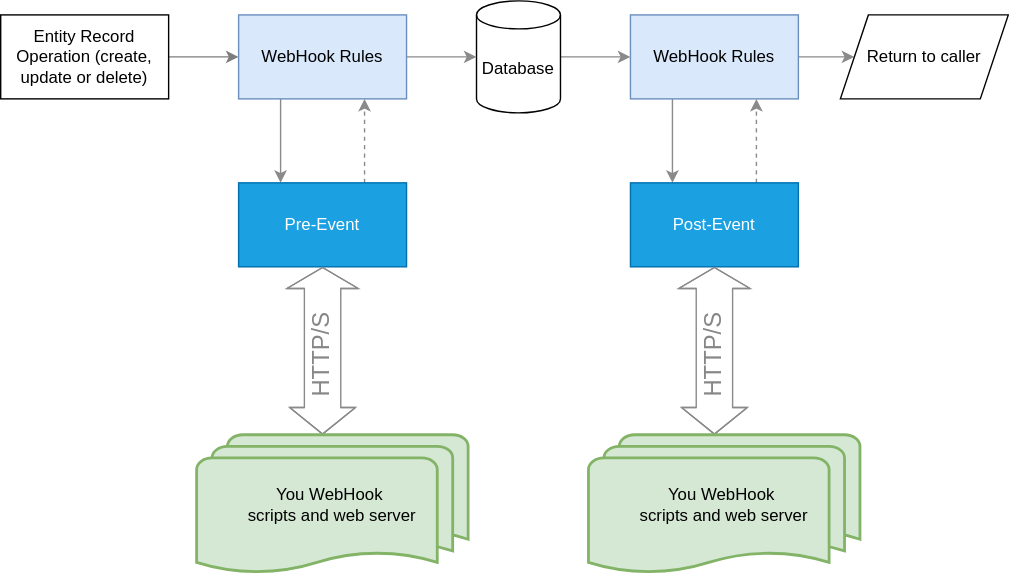
Before: esp-fundamentals/core-capabilities/images/webhook.svg, a diagram exported from draw.io (Hornbill-Docs/esp-fundamentals). Source tidied: cells renumbered, new cells last; positions are measured from the earlier drawing's top-left corner, leaving out a move shared by most shapes.
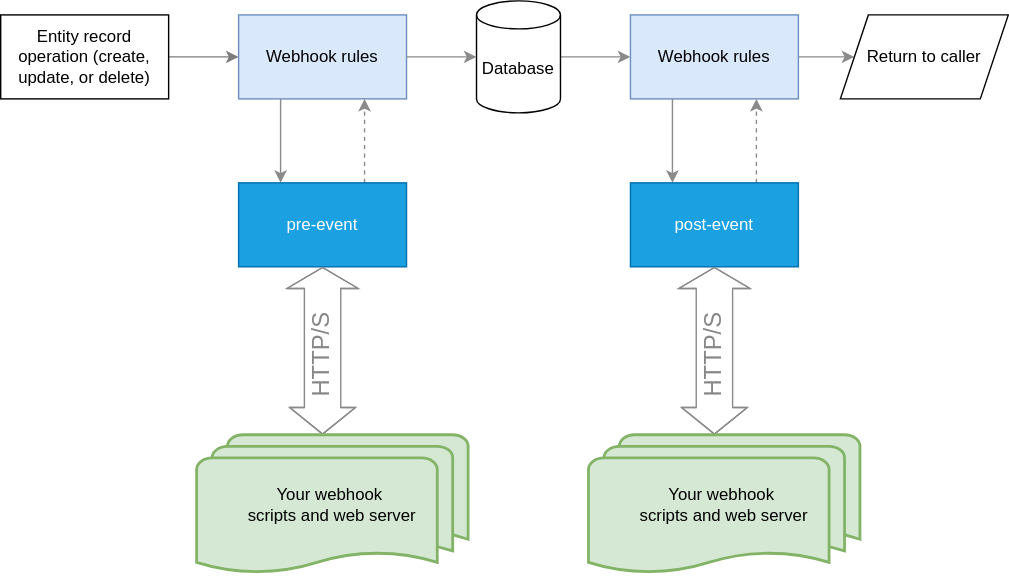
The same file after the commit.

Change to the diagram source:
```diff
@@ -5,7 +5,7 @@
     <mxCell id="2" style="edgeStyle=orthogonalEdgeStyle;rounded=0;jettySize=auto;html=1;exitX=1;exitY=0.5;exitDx=0;exitDy=0;entryX=0;entryY=0.5;entryDx=0;entryDy=0;strokeColor=#7d7d7d;" parent="1" edge="1" source="3" target="7">
       <mxGeometry relative="1" as="geometry" />
     </mxCell>
-    <mxCell id="3" value="Entity Record Operation (create, update or delete)" style="rounded=0;whiteSpace=wrap;html=1;" parent="1" vertex="1">
+    <mxCell id="3" value="Entity record operation (create, update, or delete)" style="rounded=0;whiteSpace=wrap;html=1;" parent="1" vertex="1">
       <mxGeometry y="10" width="120" height="60" as="geometry" />
     </mxCell>
     <mxCell id="4" style="edgeStyle=orthogonalEdgeStyle;rounded=0;jettySize=auto;html=1;exitX=1;exitY=0.5;exitDx=0;exitDy=0;exitPerimeter=0;entryX=0;entryY=0.5;entryDx=0;entryDy=0;strokeColor=#8A8A8A;" parent="1" edge="1" source="5" target="12">
@@ -17,13 +17,13 @@
     <mxCell id="6" style="edgeStyle=orthogonalEdgeStyle;rounded=0;jettySize=auto;html=1;exitX=0.25;exitY=1;exitDx=0;exitDy=0;entryX=0.25;entryY=0;entryDx=0;entryDy=0;strokeColor=#8A8A8A;" parent="1" edge="1" source="7" target="9">
       <mxGeometry relative="1" as="geometry" />
     </mxCell>
-    <mxCell id="7" value="WebHook Rules" style="rounded=0;whiteSpace=wrap;html=1;fillColor=#dae8fc;strokeColor=#6c8ebf;" parent="1" vertex="1">
+    <mxCell id="7" value="Webhook rules" style="rounded=0;whiteSpace=wrap;html=1;fillColor=#dae8fc;strokeColor=#6c8ebf;" parent="1" vertex="1">
       <mxGeometry x="170" y="10" width="120" height="60" as="geometry" />
     </mxCell>
     <mxCell id="8" style="edgeStyle=orthogonalEdgeStyle;rounded=0;jettySize=auto;html=1;exitX=0.75;exitY=0;exitDx=0;exitDy=0;entryX=0.75;entryY=1;entryDx=0;entryDy=0;dashed=1;strokeColor=#8A8A8A;" parent="1" edge="1" source="9" target="7">
       <mxGeometry relative="1" as="geometry" />
     </mxCell>
-    <mxCell id="9" value="Pre-Event" style="rounded=0;whiteSpace=wrap;html=1;fillColor=#1ba1e2;fontColor=#ffffff;strokeColor=#006EAF;" parent="1" vertex="1">
+    <mxCell id="9" value="pre-event" style="rounded=0;whiteSpace=wrap;html=1;fillColor=#1ba1e2;fontColor=#ffffff;strokeColor=#006EAF;" parent="1" vertex="1">
       <mxGeometry x="170" y="130" width="120" height="60" as="geometry" />
     </mxCell>
     <mxCell id="10" style="edgeStyle=orthogonalEdgeStyle;rounded=0;jettySize=auto;html=1;exitX=0.25;exitY=1;exitDx=0;exitDy=0;entryX=0.25;entryY=0;entryDx=0;entryDy=0;strokeColor=#8A8A8A;" parent="1" edge="1" source="12" target="14">
@@ -32,13 +32,13 @@
     <mxCell id="11" style="edgeStyle=orthogonalEdgeStyle;rounded=0;jettySize=auto;html=1;exitX=1;exitY=0.5;exitDx=0;exitDy=0;strokeColor=#8A8A8A;" parent="1" edge="1" source="12" target="16">
       <mxGeometry relative="1" as="geometry" />
     </mxCell>
-    <mxCell id="12" value="WebHook Rules" style="rounded=0;whiteSpace=wrap;html=1;fillColor=#dae8fc;strokeColor=#6c8ebf;" parent="1" vertex="1">
+    <mxCell id="12" value="Webhook rules" style="rounded=0;whiteSpace=wrap;html=1;fillColor=#dae8fc;strokeColor=#6c8ebf;" parent="1" vertex="1">
       <mxGeometry x="450" y="10" width="120" height="60" as="geometry" />
     </mxCell>
     <mxCell id="13" style="edgeStyle=orthogonalEdgeStyle;rounded=0;jettySize=auto;html=1;exitX=0.75;exitY=0;exitDx=0;exitDy=0;entryX=0.75;entryY=1;entryDx=0;entryDy=0;dashed=1;strokeColor=#8A8A8A;" parent="1" edge="1" source="14" target="12">
       <mxGeometry relative="1" as="geometry" />
     </mxCell>
-    <mxCell id="14" value="Post-Event" style="rounded=0;whiteSpace=wrap;html=1;fillColor=#1ba1e2;fontColor=#ffffff;strokeColor=#006EAF;" parent="1" vertex="1">
+    <mxCell id="14" value="post-event" style="rounded=0;whiteSpace=wrap;html=1;fillColor=#1ba1e2;fontColor=#ffffff;strokeColor=#006EAF;" parent="1" vertex="1">
       <mxGeometry x="450" y="130" width="120" height="60" as="geometry" />
     </mxCell>
     <mxCell id="15" style="edgeStyle=orthogonalEdgeStyle;rounded=0;jettySize=auto;html=1;exitX=1;exitY=0.5;exitDx=0;exitDy=0;entryX=0;entryY=0.5;entryDx=0;entryDy=0;entryPerimeter=0;strokeColor=#8A8A8A;" parent="1" edge="1" source="7" target="5">
@@ -55,7 +55,7 @@
         </Array>
       </mxGeometry>
     </mxCell>
-    <mxCell id="18" value="&lt;div&gt;You WebHook&amp;nbsp;&lt;/div&gt;&lt;div&gt;scripts and web server&lt;/div&gt;" style="strokeWidth=2;html=1;shape=mxgraph.flowchart.multi-document;whiteSpace=wrap;fillColor=#d5e8d4;strokeColor=#82b366;" parent="1" vertex="1">
+    <mxCell id="18" value="&lt;div&gt;Your webhook&amp;nbsp;&lt;/div&gt;&lt;div&gt;scripts and web server&lt;/div&gt;" style="strokeWidth=2;html=1;shape=mxgraph.flowchart.multi-document;whiteSpace=wrap;fillColor=#d5e8d4;strokeColor=#82b366;" parent="1" vertex="1">
       <mxGeometry x="140" y="310" width="194" height="100" as="geometry" />
     </mxCell>
     <mxCell id="19" value="HTTP/S" style="text;strokeColor=none;align=center;fillColor=none;html=1;verticalAlign=middle;whiteSpace=wrap;rounded=0;rotation=-90;fontSize=17;fontColor=#878787;" parent="1" vertex="1">
@@ -70,7 +70,7 @@
         </Array>
       </mxGeometry>
     </mxCell>
-    <mxCell id="21" value="&lt;div&gt;You WebHook&amp;nbsp;&lt;/div&gt;&lt;div&gt;scripts and web server&lt;/div&gt;" style="strokeWidth=2;html=1;shape=mxgraph.flowchart.multi-document;whiteSpace=wrap;fillColor=#d5e8d4;strokeColor=#82b366;" parent="1" vertex="1">
+    <mxCell id="21" value="&lt;div&gt;Your webhook&amp;nbsp;&lt;/div&gt;&lt;div&gt;scripts and web server&lt;/div&gt;" style="strokeWidth=2;html=1;shape=mxgraph.flowchart.multi-document;whiteSpace=wrap;fillColor=#d5e8d4;strokeColor=#82b366;" parent="1" vertex="1">
       <mxGeometry x="420" y="310" width="194" height="100" as="geometry" />
     </mxCell>
     <mxCell id="22" value="HTTP/S" style="text;strokeColor=none;align=center;fillColor=none;html=1;verticalAlign=middle;whiteSpace=wrap;rounded=0;rotation=-90;fontSize=17;fontColor=#878787;" parent="1" vertex="1">
```
